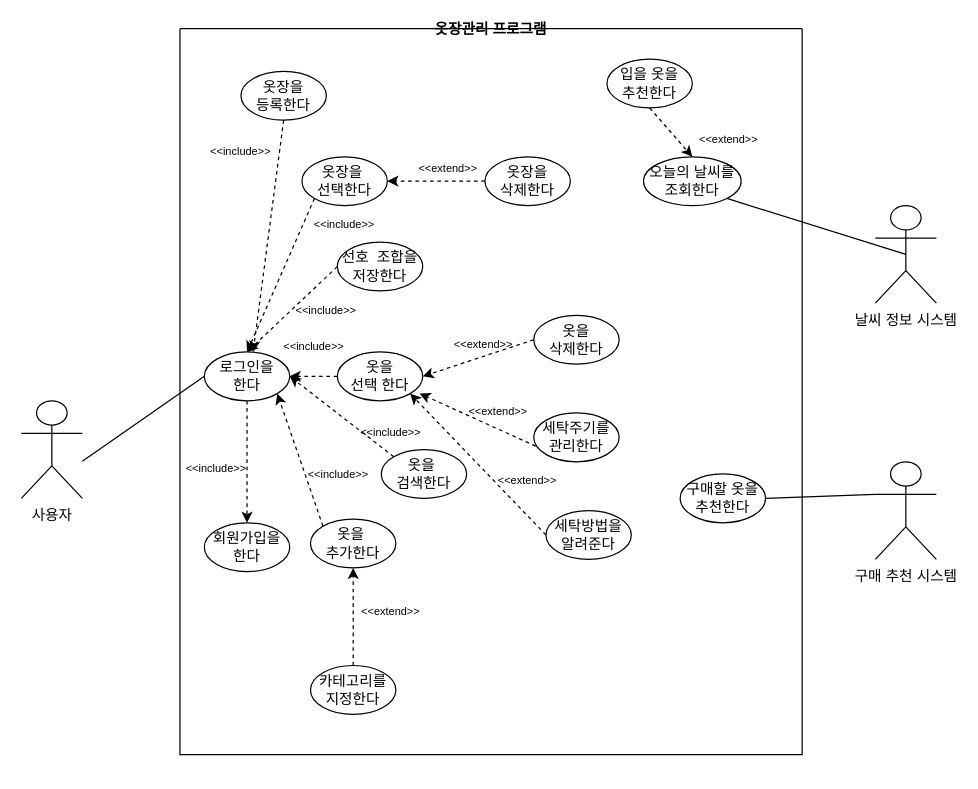
The draw.io diagram Untitled Diagram.drawio in walloonam/draw_system, before the edit. Source tidied: cells renumbered, new cells numbered last; positions are measured from the earlier drawing's top-left corner, leaving out a move shared by most shapes. Both pictures are drawn from the tidied source at 122%, with x=0, y=0 at pixel (21, 28).
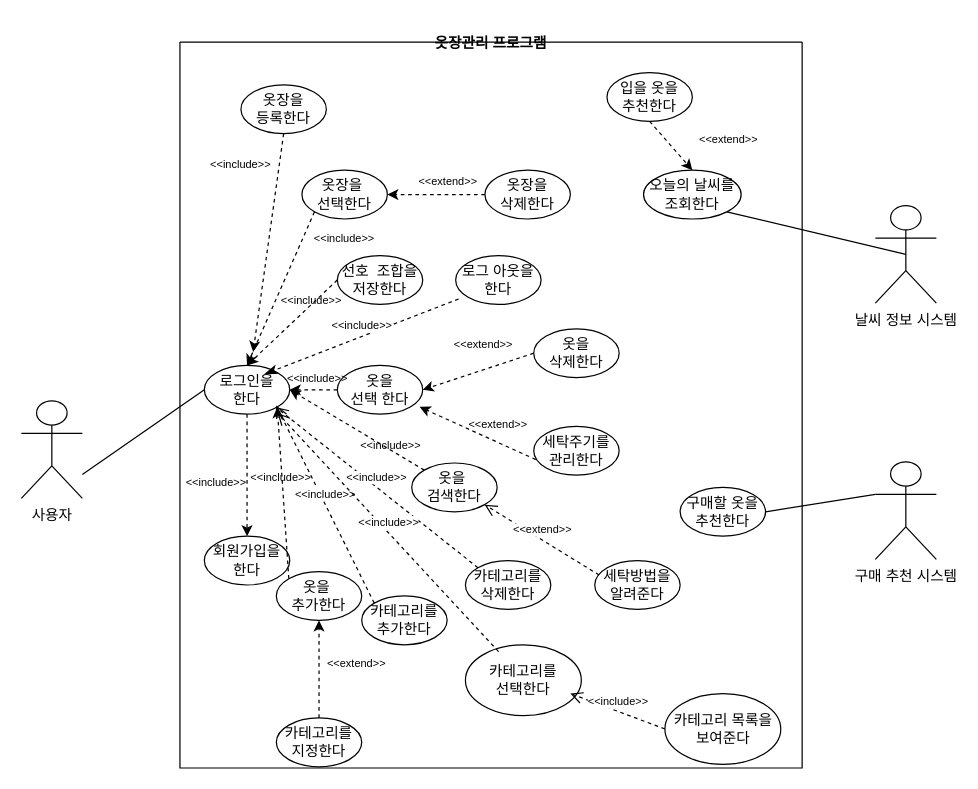
Above is the later version.

Unchanged cells that the change refers to:
```xml
<mxCell id="5" value="로그인을&lt;br&gt;한다" style="ellipse;whiteSpace=wrap;html=1;" parent="4" vertex="1">
  <mxGeometry x="20" y="265" width="70" height="40" as="geometry" />
</mxCell>
<mxCell id="13" value="옷을&lt;br&gt;선택 한다" style="ellipse;whiteSpace=wrap;html=1;" parent="4" vertex="1">
  <mxGeometry x="129" y="265" width="70" height="40" as="geometry" />
</mxCell>
```

Change to the diagram source:
```diff
@@
     <mxCell id="4" value="옷장관리 프로그램" style="swimlane;startSize=0;" parent="1" vertex="1">
-      <mxGeometry x="130" width="510" height="595" as="geometry" />
+      <mxGeometry x="130" y="11" width="510" height="595" as="geometry" />
     </mxCell>
@@
     <mxCell id="10" value="세탁방법을&lt;br&gt;알려준다" style="ellipse;whiteSpace=wrap;html=1;" parent="4" vertex="1">
-      <mxGeometry x="300" y="395" width="70" height="40" as="geometry" />
+      <mxGeometry x="340" y="425" width="70" height="40" as="geometry" />
     </mxCell>
     <mxCell id="11" value="옷을&amp;nbsp;&lt;br&gt;추가한다" style="ellipse;whiteSpace=wrap;html=1;" parent="4" vertex="1">
-      <mxGeometry x="107" y="402" width="70" height="40" as="geometry" />
+      <mxGeometry x="79" y="434" width="70" height="40" as="geometry" />
     </mxCell>
-    <mxCell id="12" value="옷을&amp;nbsp;&lt;br&gt;검색한다" style="ellipse;whiteSpace=wrap;html=1;" parent="4" vertex="1">
-      <mxGeometry x="165" y="345" width="70" height="40" as="geometry" />
-    </mxCell>
@@
     <mxCell id="20" value="카테고리를&lt;br&gt;지정한다" style="ellipse;whiteSpace=wrap;html=1;" parent="4" vertex="1">
-      <mxGeometry x="107" y="522" width="70" height="40" as="geometry" />
+      <mxGeometry x="79" y="554" width="70" height="40" as="geometry" />
     </mxCell>
@@
     <mxCell id="25" value="&lt;font style=&quot;font-size: 9px&quot;&gt;&amp;lt;&amp;lt;include&amp;gt;&amp;gt;&lt;/font&gt;" style="text;html=1;strokeColor=none;fillColor=none;align=center;verticalAlign=middle;whiteSpace=wrap;rounded=0;" parent="4" vertex="1">
-      <mxGeometry x="80" y="245" width="60" height="30" as="geometry" />
+      <mxGeometry x="83" y="260" width="60" height="30" as="geometry" />
     </mxCell>
@@
     <mxCell id="27" value="&lt;font style=&quot;font-size: 9px&quot;&gt;&amp;lt;&amp;lt;include&amp;gt;&amp;gt;&lt;/font&gt;" style="text;html=1;strokeColor=none;fillColor=none;align=center;verticalAlign=middle;whiteSpace=wrap;rounded=0;" parent="4" vertex="1">
-      <mxGeometry x="90" y="215" width="60" height="30" as="geometry" />
+      <mxGeometry x="78" y="196" width="60" height="30" as="geometry" />
     </mxCell>
@@
     <mxCell id="32" value="&lt;font style=&quot;font-size: 9px&quot;&gt;&amp;lt;&amp;lt;include&amp;gt;&amp;gt;&lt;/font&gt;" style="text;html=1;strokeColor=none;fillColor=none;align=center;verticalAlign=middle;whiteSpace=wrap;rounded=0;" parent="4" vertex="1">
-      <mxGeometry x="100" y="350" width="60" height="30" as="geometry" />
+      <mxGeometry x="53" y="341" width="60" height="30" as="geometry" />
     </mxCell>
@@
     <mxCell id="34" value="&lt;font style=&quot;font-size: 9px&quot;&gt;&amp;lt;&amp;lt;extend&amp;gt;&amp;gt;&lt;/font&gt;" style="text;html=1;strokeColor=none;fillColor=none;align=center;verticalAlign=middle;whiteSpace=wrap;rounded=0;" parent="4" vertex="1">
-      <mxGeometry x="143" y="462" width="60" height="30" as="geometry" />
+      <mxGeometry x="115" y="494" width="60" height="30" as="geometry" />
     </mxCell>
@@
-    <mxCell id="43" style="endArrow=classic;html=1;rounded=0;dashed=1;fontSize=9;entryX=1;entryY=1;entryDx=0;entryDy=0;exitX=0;exitY=0.5;exitDx=0;exitDy=0;" parent="4" edge="1" source="10" target="13">
-      <mxGeometry relative="1" as="geometry" />
-    </mxCell>
+    <mxCell id="51" value="로그 아웃을&lt;br&gt;한다" style="ellipse;whiteSpace=wrap;html=1;" parent="4" vertex="1">
+      <mxGeometry x="226" y="175" width="70" height="40" as="geometry" />
+    </mxCell>
+    <mxCell id="52" value="&lt;font style=&quot;font-size: 9px&quot;&gt;&amp;lt;&amp;lt;include&amp;gt;&amp;gt;&lt;/font&gt;" style="html=1;verticalAlign=bottom;endArrow=classicThin;dashed=1;endSize=8;rounded=0;exitX=0.034;exitY=0.89;exitDx=0;exitDy=0;exitPerimeter=0;entryX=0.703;entryY=0.18;entryDx=0;entryDy=0;entryPerimeter=0;endFill=1;" parent="4" edge="1" source="51" target="5">
+      <mxGeometry relative="1" as="geometry" />
+    </mxCell>
+    <mxCell id="53" value="카테고리를&lt;br&gt;추가한다" style="ellipse;whiteSpace=wrap;html=1;" parent="4" vertex="1">
+      <mxGeometry x="149" y="454" width="70" height="40" as="geometry" />
+    </mxCell>
+    <mxCell id="54" value="카테고리를&lt;br&gt;삭제한다" style="ellipse;whiteSpace=wrap;html=1;" parent="4" vertex="1">
+      <mxGeometry x="234" y="425" width="70" height="40" as="geometry" />
+    </mxCell>
+    <mxCell id="55" value="카테고리 목록을&lt;br&gt;보여준다" style="ellipse;whiteSpace=wrap;html=1;" parent="4" vertex="1">
+      <mxGeometry x="397.5" y="534" width="95" height="58" as="geometry" />
+    </mxCell>
+    <mxCell id="56" value="&lt;font style=&quot;font-size: 9px&quot;&gt;&amp;lt;&amp;lt;include&amp;gt;&amp;gt;&lt;/font&gt;" style="html=1;verticalAlign=bottom;endArrow=open;dashed=1;endSize=8;rounded=0;fontSize=9;entryX=-0.07;entryY=1.26;entryDx=0;entryDy=0;entryPerimeter=0;exitX=0;exitY=0;exitDx=0;exitDy=0;" parent="4" edge="1" source="53" target="25">
+      <mxGeometry relative="1" as="geometry" />
+    </mxCell>
+    <mxCell id="57" value="&amp;lt;&amp;lt;include&amp;gt;&amp;gt;" style="html=1;verticalAlign=bottom;endArrow=open;dashed=1;endSize=8;rounded=0;fontSize=9;exitX=0;exitY=0;exitDx=0;exitDy=0;entryX=-0.07;entryY=1.313;entryDx=0;entryDy=0;entryPerimeter=0;" parent="4" edge="1" source="54" target="25">
+      <mxGeometry relative="1" as="geometry" />
+    </mxCell>
+    <mxCell id="12" value="옷을&amp;nbsp;&lt;br&gt;검색한다" style="ellipse;whiteSpace=wrap;html=1;" parent="4" vertex="1">
+      <mxGeometry x="190" y="345" width="70" height="40" as="geometry" />
+    </mxCell>
+    <mxCell id="58" value="카테고리를&lt;br&gt;선택한다" style="ellipse;whiteSpace=wrap;html=1;" parent="4" vertex="1">
+      <mxGeometry x="234" y="494" width="95" height="58" as="geometry" />
+    </mxCell>
-    <mxCell id="44" value="&lt;font style=&quot;font-size: 9px&quot;&gt;&amp;lt;&amp;lt;extend&amp;gt;&amp;gt;&lt;/font&gt;" style="text;html=1;strokeColor=none;fillColor=none;align=center;verticalAlign=middle;whiteSpace=wrap;rounded=0;" parent="4" vertex="1">
-      <mxGeometry x="255" y="355" width="60" height="30" as="geometry" />
+    <mxCell id="44" value="&amp;lt;&amp;lt;extend&amp;gt;&amp;gt;" style="html=1;verticalAlign=bottom;endArrow=open;dashed=1;endSize=8;rounded=0;fontSize=9;exitX=0.051;exitY=0.295;exitDx=0;exitDy=0;exitPerimeter=0;entryX=1;entryY=1;entryDx=0;entryDy=0;" parent="4" edge="1" source="10" target="12">
+      <mxGeometry relative="1" as="geometry" />
     </mxCell>
@@
+    <mxCell id="59" value="&amp;lt;&amp;lt;include&amp;gt;&amp;gt;" style="html=1;verticalAlign=bottom;endArrow=open;dashed=1;endSize=8;rounded=0;fontSize=9;exitX=0.286;exitY=0.097;exitDx=0;exitDy=0;exitPerimeter=0;" parent="1" edge="1" source="58">
+      <mxGeometry relative="1" as="geometry">
+        <mxPoint x="210" y="315" as="targetPoint" />
+      </mxGeometry>
+    </mxCell>
+    <mxCell id="60" value="&amp;lt;&amp;lt;include&amp;gt;&amp;gt;" style="html=1;verticalAlign=bottom;endArrow=open;dashed=1;endSize=8;rounded=0;fontSize=9;exitX=0;exitY=0.5;exitDx=0;exitDy=0;" parent="1" edge="1" source="55">
+      <mxGeometry relative="1" as="geometry">
+        <mxPoint x="450" y="545" as="targetPoint" />
+      </mxGeometry>
+    </mxCell>
```
